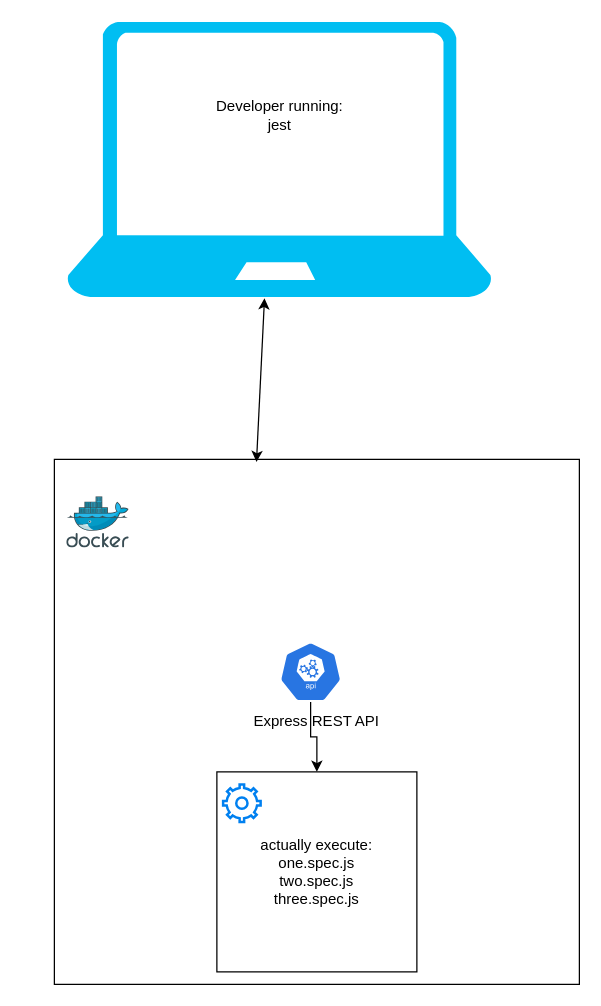
Before: jest_run_diagram.drawio in yurynix/mini-sled-exercise, a draw.io diagram. Source tidied: cells renumbered, new cells numbered last; positions are measured from the earlier drawing's top-left corner, leaving out a move shared by most shapes. Both pictures are drawn from the tidied source at 125%, with x=0, y=0 at pixel (54, 21).
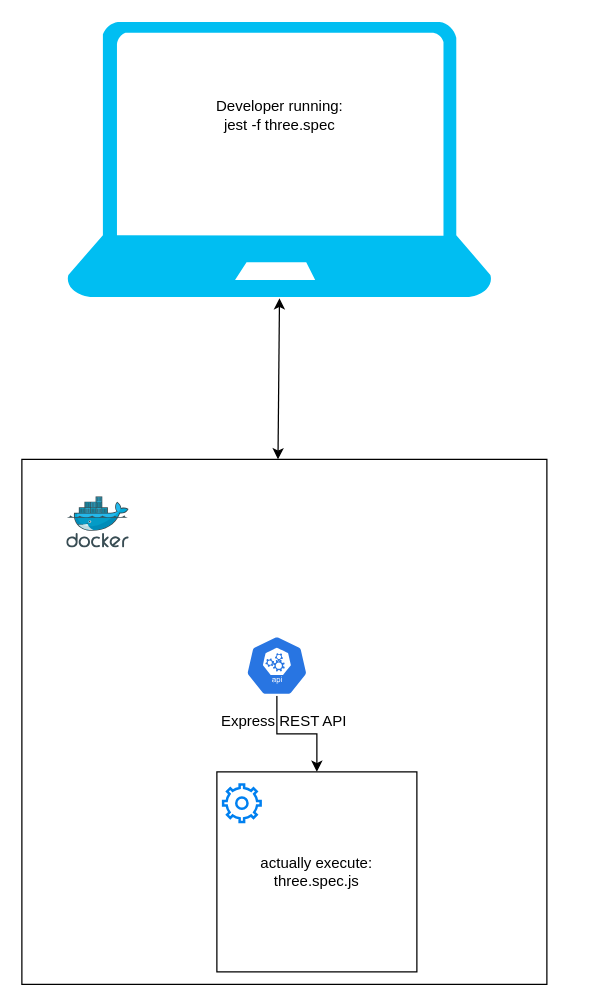
The same page after the edit.

Diff of the diagram source:
```diff
@@
 <mxGraphModel>
   <root>
     <mxCell id="0" />
     <mxCell id="1" parent="0" />
     <mxCell id="2" style="verticalLabelPosition=bottom;html=1;verticalAlign=top;align=center;strokeColor=none;fillColor=#00BEF2;shape=mxgraph.azure.laptop;" parent="1" vertex="1">
       <mxGeometry x="10" width="340" height="220" as="geometry" />
     </mxCell>
-    <mxCell id="3" value="Developer running:&lt;br&gt;jest" style="text;html=1;align=center;verticalAlign=middle;" parent="1" vertex="1">
+    <mxCell id="3" value="Developer running:&lt;br&gt;jest -f three.spec" style="text;html=1;align=center;verticalAlign=middle;" parent="1" vertex="1">
       <mxGeometry x="120" y="60" width="120" height="30" as="geometry" />
     </mxCell>
     <mxCell id="4" value="Express REST API" style="whiteSpace=wrap;html=1;" parent="1" vertex="1">
-      <mxGeometry y="350" width="420" height="420" as="geometry" />
+      <mxGeometry x="-26" y="350" width="420" height="420" as="geometry" />
     </mxCell>
     <mxCell id="5" style="html=1;align=center;image;fontSize=12;image=img/lib/mscae/Docker.svg;" parent="1" vertex="1">
       <mxGeometry x="10" y="380" width="50" height="41" as="geometry" />
     </mxCell>
-    <mxCell id="6" value="&lt;span&gt;actually execute:&lt;/span&gt;&lt;br&gt;&lt;span&gt;one.spec.js&lt;/span&gt;&lt;br&gt;&lt;span&gt;two.spec.js&lt;/span&gt;&lt;br&gt;&lt;span&gt;three.spec.js&lt;/span&gt;" style="whiteSpace=wrap;html=1;" parent="1" vertex="1">
+    <mxCell id="6" value="&lt;span&gt;actually execute:&lt;/span&gt;&lt;br&gt;&lt;span&gt;three.spec.js&lt;/span&gt;" style="whiteSpace=wrap;html=1;" parent="1" vertex="1">
       <mxGeometry x="130" y="600" width="160" height="160" as="geometry" />
     </mxCell>
-    <mxCell id="7" style="endArrow=classic;startArrow=classic;html=1;entryX=0.385;entryY=0.005;entryDx=0;entryDy=0;entryPerimeter=0;exitX=0.465;exitY=1.005;exitDx=0;exitDy=0;exitPerimeter=0;" parent="1" edge="1" source="2" target="4">
-      <mxGeometry relative="1" as="geometry" />
+    <mxCell id="7" style="endArrow=classic;startArrow=classic;html=1;entryX=0.445;entryY=0;entryDx=0;entryDy=0;entryPerimeter=0;exitX=0.465;exitY=1.005;exitDx=0;exitDy=0;exitPerimeter=0;" parent="1" edge="1">
+      <mxGeometry relative="1" as="geometry">
+        <mxPoint x="180.1" y="221.1" as="sourcePoint" />
+        <mxPoint x="178.9" y="350" as="targetPoint" />
+      </mxGeometry>
     </mxCell>
     <mxCell id="8" style="edgeStyle=orthogonalEdgeStyle;rounded=0;jettySize=auto;html=1;" parent="1" edge="1" source="9" target="6">
       <mxGeometry relative="1" as="geometry" />
     </mxCell>
     <mxCell id="9" style="html=1;dashed=0;whitespace=wrap;fillColor=#2875E2;strokeColor=#ffffff;points=[[0.005,0.63,0],[0.1,0.2,0],[0.9,0.2,0],[0.5,0,0],[0.995,0.63,0],[0.72,0.99,0],[0.5,1,0],[0.28,0.99,0]];shape=mxgraph.kubernetes.icon;prIcon=api;" parent="1" vertex="1">
-      <mxGeometry x="180" y="496" width="50" height="48" as="geometry" />
+      <mxGeometry x="153" y="491" width="50" height="48" as="geometry" />
     </mxCell>
     <mxCell id="10" style="html=1;verticalLabelPosition=bottom;align=center;labelBackgroundColor=#ffffff;verticalAlign=top;strokeWidth=2;strokeColor=#0080F0;shadow=0;dashed=0;shape=mxgraph.ios7.icons.settings;" parent="1" vertex="1">
       <mxGeometry x="135" y="610" width="30" height="30" as="geometry" />
     </mxCell>
   </root>
 </mxGraphModel>
```
